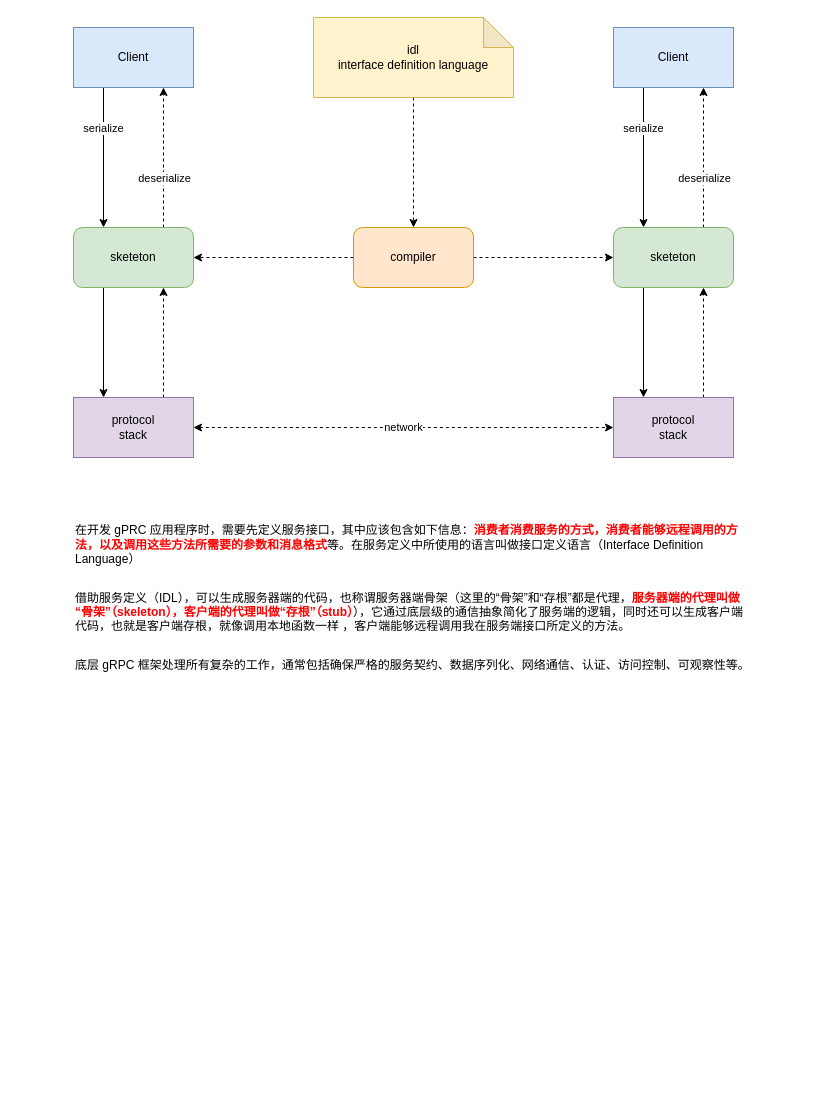
Above: other/protobuf.drawio in thebesteric/draw.io (draw.io), before the change. Source tidied: cells renumbered, new cells numbered last; positions are measured from the earlier drawing's top-left corner, leaving out a move shared by most shapes. Both pictures are drawn from the tidied source at 100%, with x=0, y=0 at pixel (73, 17).
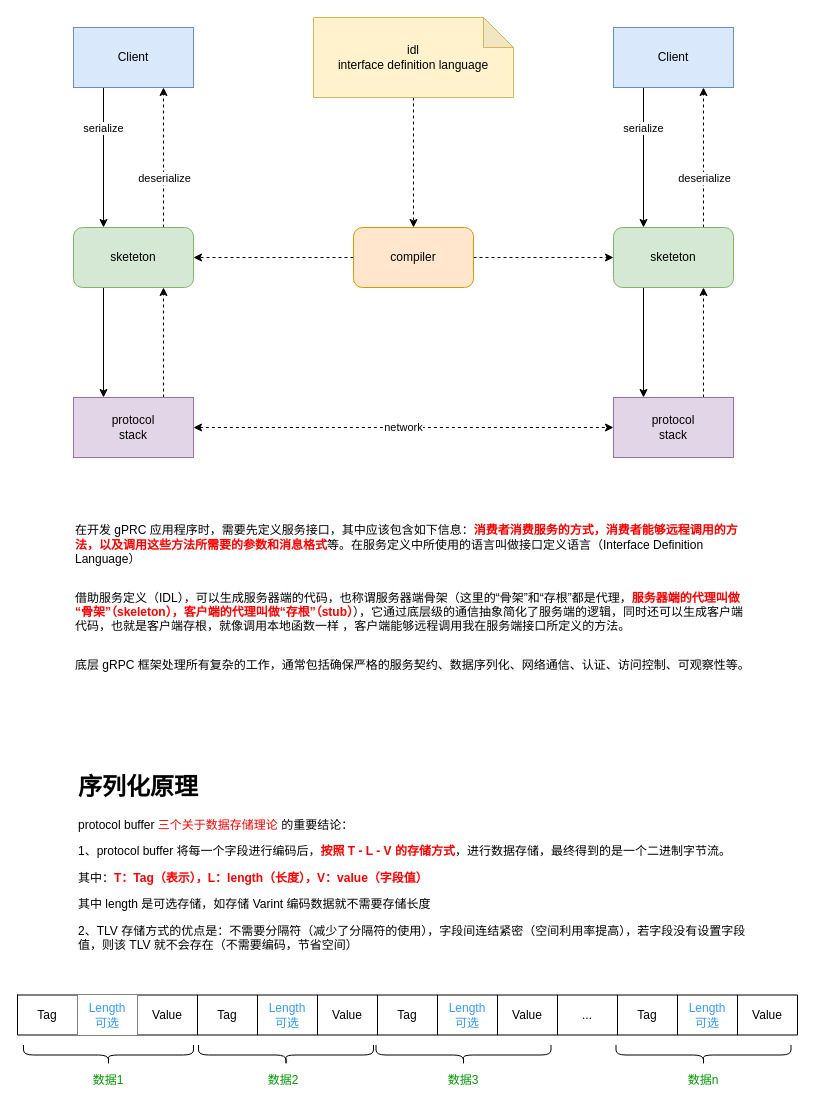
The same diagram, later.

The edit, as a diff of the source:
```diff
@@
+    <mxCell id="27" value="&lt;h1&gt;序列化原理&lt;/h1&gt;&lt;p&gt;protocol buffer&amp;nbsp;&lt;font color=&quot;#ff0000&quot;&gt;三个关于数据存储理论&lt;/font&gt; 的重要结论：&lt;/p&gt;&lt;p&gt;1、protocol buffer 将每一个字段进行编码后，&lt;font color=&quot;#ff0000&quot;&gt;&lt;b&gt;按照 T - L - V 的存储方式&lt;/b&gt;&lt;/font&gt;，进行数据存储，最终得到的是一个二进制字节流。&lt;/p&gt;&lt;p&gt;其中：&lt;font color=&quot;#ff0000&quot;&gt;&lt;b&gt;T：Tag（表示），L：length（长度），V：value（字段值）&lt;/b&gt;&lt;/font&gt;&lt;/p&gt;&lt;p&gt;其中 length 是可选存储，如存储 Varint 编码数据就不需要存储长度&lt;/p&gt;&lt;p&gt;2、TLV 存储方式的优点是：不需要分隔符（减少了分隔符的使用），字段间连结紧密（空间利用率提高），若字段没有设置字段值，则该 TLV 就不会存在（不需要编码，节省空间）&lt;/p&gt;" style="text;html=1;strokeColor=none;fillColor=none;spacing=5;spacingTop=-20;whiteSpace=wrap;overflow=hidden;rounded=0;fontColor=#000000;" parent="1" vertex="1">
+      <mxGeometry y="750" width="680" height="200" as="geometry" />
+    </mxCell>
+    <mxCell id="28" style="shape=table;startSize=0;childLayout=tableLayout;fontColor=#000000;" parent="1" vertex="1">
+      <mxGeometry x="-56" y="977.5" width="780" height="40" as="geometry" />
+    </mxCell>
+    <mxCell id="29" style="shape=partialRectangle;fillColor=none;top=0;left=0;bottom=0;right=0;fontColor=#FF0000;" parent="28" vertex="1">
+      <mxGeometry width="780" height="40" as="geometry" />
+    </mxCell>
+    <mxCell id="30" value="&lt;font color=&quot;#000000&quot;&gt;Tag&lt;/font&gt;" style="shape=partialRectangle;html=1;whiteSpace=wrap;overflow=hidden;fillColor=none;top=0;left=0;bottom=0;right=0;fontColor=#FF0000;" parent="29" vertex="1">
+      <mxGeometry width="60" height="40" as="geometry" />
+    </mxCell>
+    <mxCell id="31" value="&lt;font color=&quot;#3399ff&quot;&gt;Length&lt;br&gt;可选&lt;/font&gt;" style="shape=partialRectangle;html=1;whiteSpace=wrap;overflow=hidden;top=0;left=0;bottom=0;right=0;labelBackgroundColor=default;" parent="29" vertex="1">
+      <mxGeometry x="60" width="60" height="40" as="geometry" />
+    </mxCell>
+    <mxCell id="32" value="&lt;font color=&quot;#000000&quot;&gt;Value&lt;/font&gt;" style="shape=partialRectangle;html=1;whiteSpace=wrap;overflow=hidden;fillColor=none;top=0;left=0;bottom=0;right=0;fontColor=#FF0000;" parent="29" vertex="1">
+      <mxGeometry x="120" width="60" height="40" as="geometry" />
+    </mxCell>
+    <mxCell id="33" value="&lt;span&gt;&lt;font color=&quot;#000000&quot;&gt;Tag&lt;/font&gt;&lt;/span&gt;" style="shape=partialRectangle;html=1;whiteSpace=wrap;overflow=hidden;fillColor=none;top=0;left=0;bottom=0;right=0;fontColor=#FF0000;" parent="29" vertex="1">
+      <mxGeometry x="180" width="60" height="40" as="geometry" />
+    </mxCell>
+    <mxCell id="34" value="&lt;font color=&quot;#3399ff&quot;&gt;Length&lt;br&gt;可选&lt;/font&gt;" style="shape=partialRectangle;html=1;whiteSpace=wrap;overflow=hidden;fillColor=none;top=0;left=0;bottom=0;right=0;fontColor=#FF0000;" parent="29" vertex="1">
+      <mxGeometry x="240" width="60" height="40" as="geometry" />
+    </mxCell>
+    <mxCell id="35" value="&lt;span&gt;&lt;font color=&quot;#000000&quot;&gt;Value&lt;/font&gt;&lt;/span&gt;" style="shape=partialRectangle;html=1;whiteSpace=wrap;overflow=hidden;fillColor=none;top=0;left=0;bottom=0;right=0;fontColor=#FF0000;" parent="29" vertex="1">
+      <mxGeometry x="300" width="60" height="40" as="geometry" />
+    </mxCell>
+    <mxCell id="36" value="&lt;span&gt;&lt;font color=&quot;#000000&quot;&gt;Tag&lt;/font&gt;&lt;/span&gt;" style="shape=partialRectangle;html=1;whiteSpace=wrap;overflow=hidden;fillColor=none;top=0;left=0;bottom=0;right=0;fontColor=#FF0000;" parent="29" vertex="1">
+      <mxGeometry x="360" width="60" height="40" as="geometry" />
+    </mxCell>
+    <mxCell id="37" value="&lt;font color=&quot;#3399ff&quot;&gt;Length&lt;br&gt;可选&lt;/font&gt;" style="shape=partialRectangle;html=1;whiteSpace=wrap;overflow=hidden;fillColor=none;top=0;left=0;bottom=0;right=0;fontColor=#FF0000;" parent="29" vertex="1">
+      <mxGeometry x="420" width="60" height="40" as="geometry" />
+    </mxCell>
+    <mxCell id="38" value="&lt;span&gt;&lt;font color=&quot;#000000&quot;&gt;Value&lt;/font&gt;&lt;/span&gt;" style="shape=partialRectangle;html=1;whiteSpace=wrap;overflow=hidden;fillColor=none;top=0;left=0;bottom=0;right=0;fontColor=#FF0000;" parent="29" vertex="1">
+      <mxGeometry x="480" width="60" height="40" as="geometry" />
+    </mxCell>
+    <mxCell id="39" value="&lt;font color=&quot;#000000&quot;&gt;...&lt;/font&gt;" style="shape=partialRectangle;html=1;whiteSpace=wrap;overflow=hidden;fillColor=none;top=0;left=0;bottom=0;right=0;fontColor=#FF0000;" parent="29" vertex="1">
+      <mxGeometry x="540" width="60" height="40" as="geometry" />
+    </mxCell>
+    <mxCell id="40" value="&lt;span&gt;&lt;font color=&quot;#000000&quot;&gt;Tag&lt;/font&gt;&lt;/span&gt;" style="shape=partialRectangle;html=1;whiteSpace=wrap;overflow=hidden;fillColor=none;top=0;left=0;bottom=0;right=0;fontColor=#FF0000;" parent="29" vertex="1">
+      <mxGeometry x="600" width="60" height="40" as="geometry" />
+    </mxCell>
+    <mxCell id="41" value="&lt;font color=&quot;#3399ff&quot;&gt;Length&lt;br&gt;可选&lt;/font&gt;" style="shape=partialRectangle;html=1;whiteSpace=wrap;overflow=hidden;fillColor=none;top=0;left=0;bottom=0;right=0;fontColor=#FF0000;" parent="29" vertex="1">
+      <mxGeometry x="660" width="60" height="40" as="geometry" />
+    </mxCell>
+    <mxCell id="42" value="&lt;span&gt;&lt;font color=&quot;#000000&quot;&gt;Value&lt;/font&gt;&lt;/span&gt;" style="shape=partialRectangle;html=1;whiteSpace=wrap;overflow=hidden;fillColor=none;top=0;left=0;bottom=0;right=0;fontColor=#FF0000;" parent="29" vertex="1">
+      <mxGeometry x="720" width="60" height="40" as="geometry" />
+    </mxCell>
+    <mxCell id="43" style="shape=curlyBracket;whiteSpace=wrap;html=1;rounded=1;fontColor=#000000;rotation=-90;" parent="1" vertex="1">
+      <mxGeometry x="25" y="952.5" width="20" height="170" as="geometry" />
+    </mxCell>
+    <mxCell id="44" style="shape=curlyBracket;whiteSpace=wrap;html=1;rounded=1;fontColor=#000000;rotation=-90;" parent="1" vertex="1">
+      <mxGeometry x="202.5" y="950" width="20" height="175" as="geometry" />
+    </mxCell>
+    <mxCell id="45" style="shape=curlyBracket;whiteSpace=wrap;html=1;rounded=1;fontColor=#000000;rotation=-90;" parent="1" vertex="1">
+      <mxGeometry x="380" y="950" width="20" height="175" as="geometry" />
+    </mxCell>
+    <mxCell id="46" style="shape=curlyBracket;whiteSpace=wrap;html=1;rounded=1;fontColor=#000000;rotation=-90;" parent="1" vertex="1">
+      <mxGeometry x="620" y="950" width="20" height="175" as="geometry" />
+    </mxCell>
+    <mxCell id="47" value="&lt;font color=&quot;#009900&quot;&gt;数据1&lt;/font&gt;" style="text;html=1;strokeColor=none;fillColor=none;align=center;verticalAlign=middle;whiteSpace=wrap;rounded=0;labelBackgroundColor=none;labelBorderColor=none;fontColor=#3399FF;" parent="1" vertex="1">
+      <mxGeometry x="5" y="1047.5" width="60" height="30" as="geometry" />
+    </mxCell>
+    <mxCell id="48" value="&lt;span style=&quot;color: rgb(0 , 153 , 0)&quot;&gt;数据2&lt;/span&gt;" style="text;html=1;strokeColor=none;fillColor=none;align=center;verticalAlign=middle;whiteSpace=wrap;rounded=0;labelBackgroundColor=none;labelBorderColor=none;fontColor=#3399FF;" parent="1" vertex="1">
+      <mxGeometry x="180" y="1047.5" width="60" height="30" as="geometry" />
+    </mxCell>
+    <mxCell id="49" value="&lt;span style=&quot;color: rgb(0 , 153 , 0)&quot;&gt;数据3&lt;/span&gt;" style="text;html=1;strokeColor=none;fillColor=none;align=center;verticalAlign=middle;whiteSpace=wrap;rounded=0;labelBackgroundColor=none;labelBorderColor=none;fontColor=#3399FF;" parent="1" vertex="1">
+      <mxGeometry x="360" y="1047.5" width="60" height="30" as="geometry" />
+    </mxCell>
+    <mxCell id="50" value="&lt;span style=&quot;color: rgb(0 , 153 , 0)&quot;&gt;数据n&lt;/span&gt;" style="text;html=1;strokeColor=none;fillColor=none;align=center;verticalAlign=middle;whiteSpace=wrap;rounded=0;labelBackgroundColor=none;labelBorderColor=none;fontColor=#3399FF;" parent="1" vertex="1">
+      <mxGeometry x="600" y="1047.5" width="60" height="30" as="geometry" />
+    </mxCell>
```
